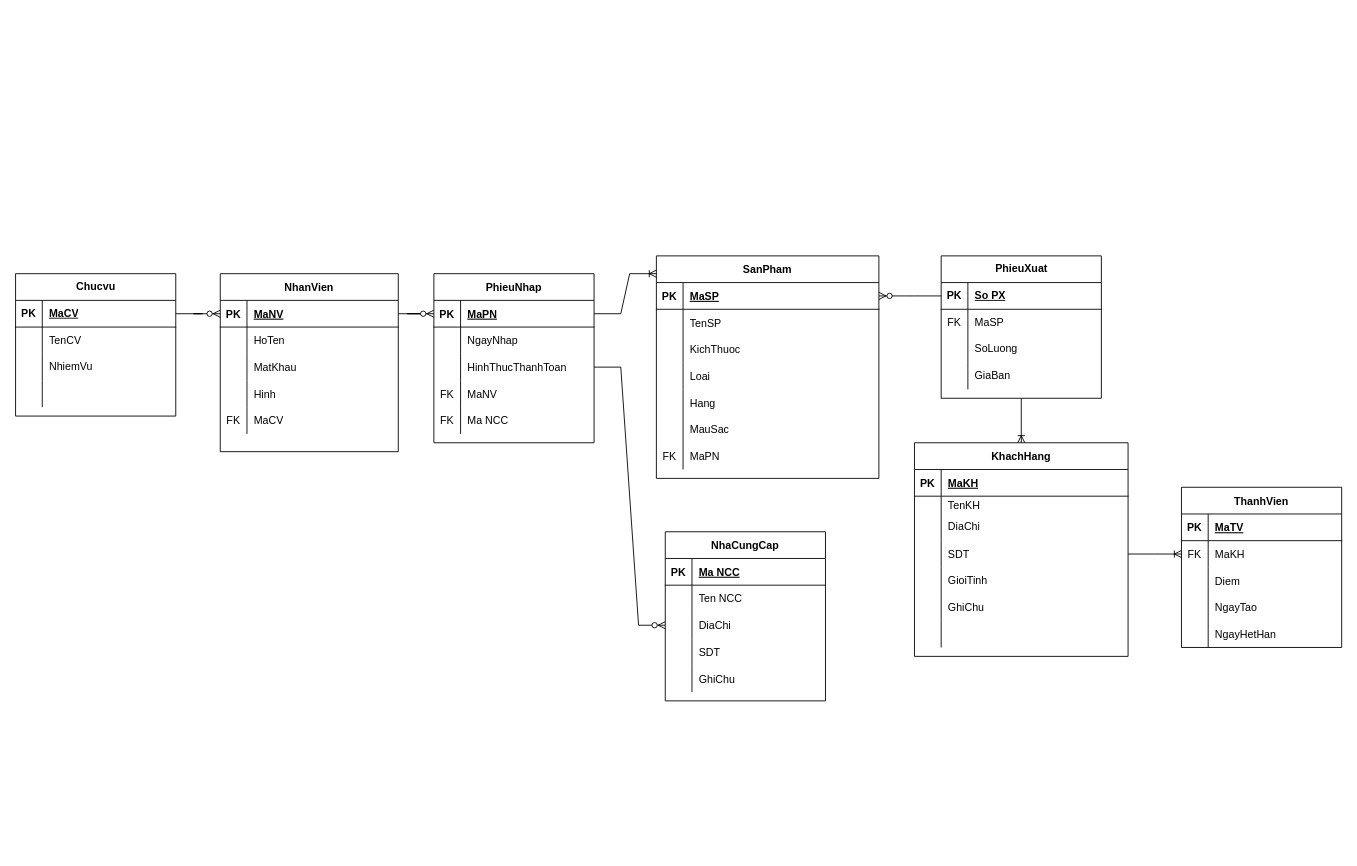
Earlier version of the draw.io diagram ERD.drawio (Westeros091/Snethlios). Source tidied: cells renumbered, new cells numbered last; positions are measured from the earlier drawing's top-left corner, leaving out a move shared by most shapes. Both pictures are drawn from the tidied source at 89%, with x=0, y=0 at pixel (15, 255).
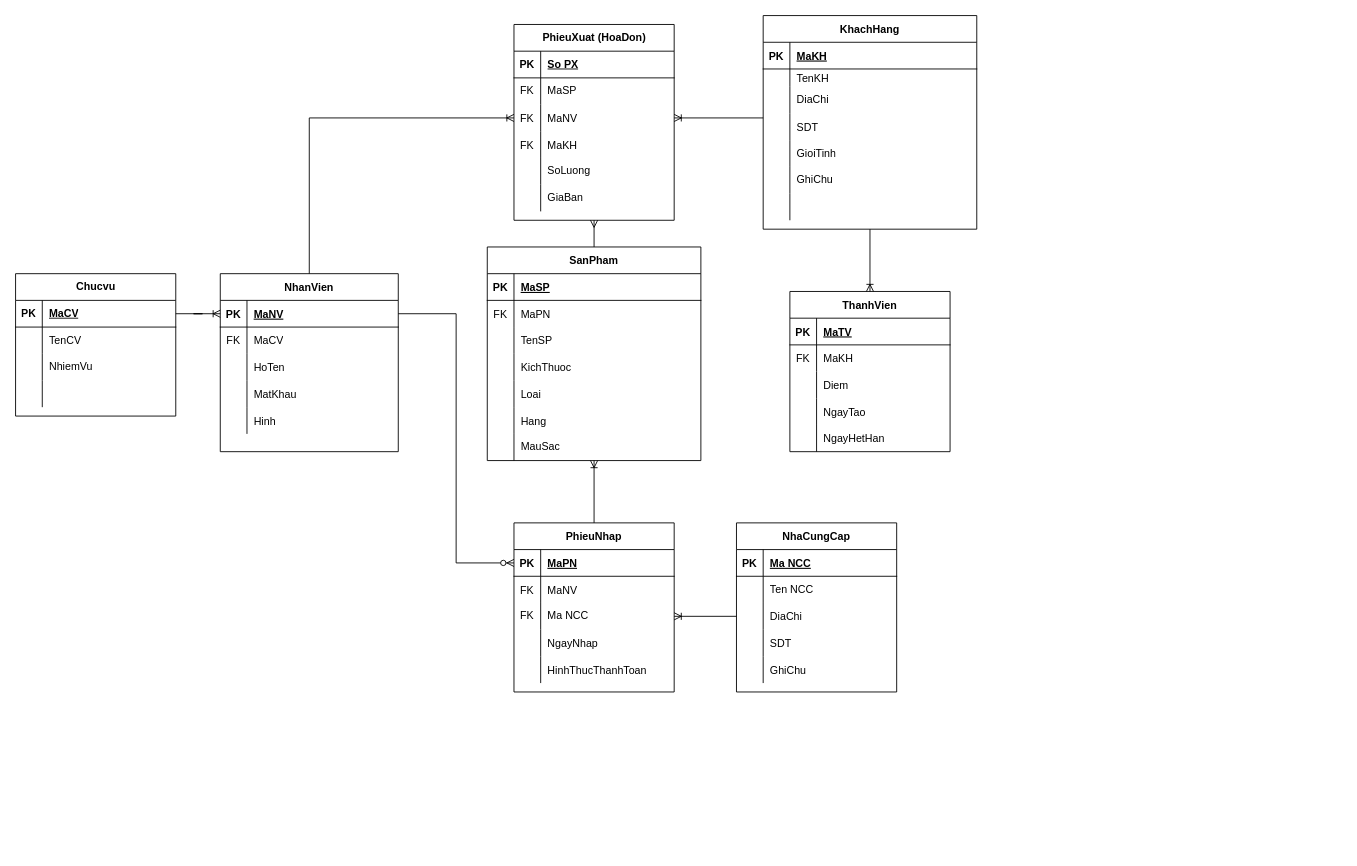
Above is the later version.

Commit message:
Hieu: update ban erd (ok 1) trong ERD.drawio

Unchanged cells that the change refers to:
```xml
<mxCell id="34" style="shape=partialRectangle;fillColor=none;points=[[0,0.5],[1,0.5]];portConstraint=eastwest;top=0;left=0;right=0;bottom=0;" parent="24" vertex="1">
  <mxGeometry y="110" width="240" height="30" as="geometry" />
</mxCell>
<mxCell id="46" value="NhanVien" style="shape=table;startSize=30;childLayout=tableLayout;rowLines=0;fontStyle=1;align=center;" parent="1" vertex="1">
  <mxGeometry x="230" y="20" width="200" height="200" as="geometry" />
</mxCell>
<mxCell id="47" style="shape=partialRectangle;fillColor=none;points=[[0,0.5],[1,0.5]];portConstraint=eastwest;top=0;left=0;right=0;bottom=1;" parent="46" vertex="1">
  <mxGeometry y="30" width="200" height="30" as="geometry" />
</mxCell>
<mxCell id="63" style="shape=tableRow;horizontal=0;startSize=0;swimlaneHead=0;swimlaneBody=0;fillColor=none;points=[[0,0.5],[1,0.5]];portConstraint=eastwest;top=0;left=0;right=0;bottom=1;" parent="62" vertex="1">
  <mxGeometry y="30" width="180" height="30" as="geometry" />
</mxCell>
<mxCell id="85" style="shape=tableRow;horizontal=0;startSize=0;swimlaneHead=0;swimlaneBody=0;fillColor=none;points=[[0,0.5],[1,0.5]];portConstraint=eastwest;top=0;left=0;right=0;bottom=0;" parent="78" vertex="1">
  <mxGeometry y="90" width="180" height="30" as="geometry" />
</mxCell>
<mxCell id="96" style="shape=tableRow;horizontal=0;startSize=0;swimlaneHead=0;swimlaneBody=0;fillColor=none;points=[[0,0.5],[1,0.5]];portConstraint=eastwest;top=0;left=0;right=0;bottom=1;labelBackgroundColor=none;html=1;" parent="95" vertex="1">
  <mxGeometry y="30" width="180" height="30" as="geometry" />
</mxCell>
<mxCell id="110" style="shape=tableRow;horizontal=0;startSize=0;swimlaneHead=0;swimlaneBody=0;fillColor=none;points=[[0,0.5],[1,0.5]];portConstraint=eastwest;top=0;left=0;right=0;bottom=1;labelBackgroundColor=none;html=1;" parent="109" vertex="1">
  <mxGeometry y="30" width="180" height="30" as="geometry" />
</mxCell>
<mxCell id="131" style="shape=tableRow;horizontal=0;startSize=0;swimlaneHead=0;swimlaneBody=0;fillColor=none;points=[[0,0.5],[1,0.5]];portConstraint=eastwest;top=0;left=0;right=0;bottom=0;" parent="127" vertex="1">
  <mxGeometry y="60" width="180" height="30" as="geometry" />
</mxCell>
```

The edit, as a diff of the source:
```diff
@@
     <mxCell id="2" value="SanPham" style="shape=table;startSize=30;childLayout=tableLayout;rowLines=0;fontStyle=1;align=center;" parent="1" vertex="1">
-      <mxGeometry x="720" width="250" height="250" as="geometry" />
+      <mxGeometry x="530" y="-10" width="240" height="240" as="geometry" />
     </mxCell>
     <mxCell id="3" style="shape=partialRectangle;fillColor=none;points=[[0,0.5],[1,0.5]];portConstraint=eastwest;top=0;left=0;right=0;bottom=1;" parent="2" vertex="1">
-      <mxGeometry y="30" width="250" height="30" as="geometry" />
+      <mxGeometry y="30" width="240" height="30" as="geometry" />
     </mxCell>
@@
     <mxCell id="5" value="MaSP" style="shape=partialRectangle;overflow=hidden;fillColor=none;top=0;left=0;bottom=0;right=0;align=left;spacingLeft=6;fontStyle=5;" parent="3" vertex="1">
-      <mxGeometry x="30" width="220" height="30" as="geometry" />
+      <mxGeometry x="30" width="210" height="30" as="geometry" />
     </mxCell>
+    <mxCell id="21" style="shape=tableRow;horizontal=0;startSize=0;swimlaneHead=0;swimlaneBody=0;fillColor=none;top=0;left=0;right=0;bottom=0;" parent="2" vertex="1">
+      <mxGeometry y="60" width="240" height="30" as="geometry" />
+    </mxCell>
+    <mxCell id="22" value="FK" style="shape=partialRectangle;fillColor=none;top=0;left=0;bottom=0;right=0;fontStyle=0;overflow=hidden;" parent="21" vertex="1">
+      <mxGeometry width="30" height="30" as="geometry" />
+    </mxCell>
+    <mxCell id="23" value="MaPN" style="shape=partialRectangle;fillColor=none;top=0;left=0;bottom=0;right=0;align=left;spacingLeft=6;fontStyle=0;overflow=hidden;" parent="21" vertex="1">
+      <mxGeometry x="30" width="210" height="30" as="geometry" />
+    </mxCell>
     <mxCell id="6" style="shape=partialRectangle;fillColor=none;top=0;left=0;right=0;bottom=0;" parent="2" vertex="1">
-      <mxGeometry y="60" width="250" height="30" as="geometry" />
+      <mxGeometry y="90" width="240" height="30" as="geometry" />
     </mxCell>
@@
     <mxCell id="8" value="TenSP" style="shape=partialRectangle;overflow=hidden;fillColor=none;top=0;left=0;bottom=0;right=0;align=left;spacingLeft=6;" parent="6" vertex="1">
-      <mxGeometry x="30" width="220" height="30" as="geometry" />
+      <mxGeometry x="30" width="210" height="30" as="geometry" />
     </mxCell>
     <mxCell id="9" style="shape=partialRectangle;fillColor=none;top=0;left=0;right=0;bottom=0;" parent="2" vertex="1">
-      <mxGeometry y="90" width="250" height="30" as="geometry" />
+      <mxGeometry y="120" width="240" height="30" as="geometry" />
     </mxCell>
@@
     <mxCell id="11" value="KichThuoc" style="shape=partialRectangle;overflow=hidden;fillColor=none;top=0;left=0;bottom=0;right=0;align=left;spacingLeft=6;" parent="9" vertex="1">
-      <mxGeometry x="30" width="220" height="30" as="geometry" />
+      <mxGeometry x="30" width="210" height="30" as="geometry" />
     </mxCell>
     <mxCell id="12" style="shape=tableRow;horizontal=0;startSize=0;swimlaneHead=0;swimlaneBody=0;fillColor=none;top=0;left=0;right=0;bottom=0;" parent="2" vertex="1">
-      <mxGeometry y="120" width="250" height="30" as="geometry" />
+      <mxGeometry y="150" width="240" height="30" as="geometry" />
     </mxCell>
@@
     <mxCell id="14" value="Loai" style="shape=partialRectangle;fillColor=none;top=0;left=0;bottom=0;right=0;align=left;spacingLeft=6;overflow=hidden;" parent="12" vertex="1">
-      <mxGeometry x="30" width="220" height="30" as="geometry" />
+      <mxGeometry x="30" width="210" height="30" as="geometry" />
     </mxCell>
     <mxCell id="15" style="shape=tableRow;horizontal=0;startSize=0;swimlaneHead=0;swimlaneBody=0;fillColor=none;top=0;left=0;right=0;bottom=0;" parent="2" vertex="1">
-      <mxGeometry y="150" width="250" height="30" as="geometry" />
+      <mxGeometry y="180" width="240" height="30" as="geometry" />
     </mxCell>
@@
     <mxCell id="17" value="Hang" style="shape=partialRectangle;fillColor=none;top=0;left=0;bottom=0;right=0;align=left;spacingLeft=6;overflow=hidden;" parent="15" vertex="1">
-      <mxGeometry x="30" width="220" height="30" as="geometry" />
+      <mxGeometry x="30" width="210" height="30" as="geometry" />
     </mxCell>
     <mxCell id="18" style="shape=tableRow;horizontal=0;startSize=0;swimlaneHead=0;swimlaneBody=0;fillColor=none;points=[[0,0.5],[1,0.5]];portConstraint=eastwest;top=0;left=0;right=0;bottom=0;labelBackgroundColor=none;html=1;" parent="2" vertex="1">
-      <mxGeometry y="180" width="250" height="30" as="geometry" />
+      <mxGeometry y="210" width="240" height="30" as="geometry" />
     </mxCell>
@@
     <mxCell id="20" value="MauSac" style="shape=partialRectangle;fillColor=none;top=0;left=0;bottom=0;right=0;align=left;spacingLeft=6;overflow=hidden;labelBackgroundColor=none;html=1;" parent="18" vertex="1">
-      <mxGeometry x="30" width="220" height="30" as="geometry" />
+      <mxGeometry x="30" width="210" height="30" as="geometry" />
     </mxCell>
-    <mxCell id="21" style="shape=tableRow;horizontal=0;startSize=0;swimlaneHead=0;swimlaneBody=0;fillColor=none;top=0;left=0;right=0;bottom=0;" parent="2" vertex="1">
-      <mxGeometry y="210" width="250" height="30" as="geometry" />
-    </mxCell>
-    <mxCell id="22" value="FK" style="shape=partialRectangle;fillColor=none;top=0;left=0;bottom=0;right=0;fontStyle=0;overflow=hidden;" parent="21" vertex="1">
-      <mxGeometry width="30" height="30" as="geometry" />
-    </mxCell>
-    <mxCell id="23" value="MaPN" style="shape=partialRectangle;fillColor=none;top=0;left=0;bottom=0;right=0;align=left;spacingLeft=6;fontStyle=0;overflow=hidden;" parent="21" vertex="1">
-      <mxGeometry x="30" width="220" height="30" as="geometry" />
-    </mxCell>
     <mxCell id="24" value="KhachHang" style="shape=table;startSize=30;childLayout=tableLayout;rowLines=0;fontStyle=1;align=center;" parent="1" vertex="1">
-      <mxGeometry x="1010" y="210" width="240" height="240" as="geometry" />
+      <mxGeometry x="840" y="-270" width="240" height="240" as="geometry" />
     </mxCell>
@@
+    <mxCell id="59" style="shape=tableRow;horizontal=0;startSize=0;swimlaneHead=0;swimlaneBody=0;fillColor=none;top=0;left=0;right=0;bottom=0;labelBackgroundColor=none;html=1;" parent="46" vertex="1">
+      <mxGeometry y="60" width="200" height="30" as="geometry" />
+    </mxCell>
+    <mxCell id="60" value="FK" style="shape=partialRectangle;fillColor=none;top=0;left=0;bottom=0;right=0;fontStyle=0;overflow=hidden;labelBackgroundColor=none;html=1;" parent="59" vertex="1">
+      <mxGeometry width="30" height="30" as="geometry" />
+    </mxCell>
+    <mxCell id="61" value="MaCV" style="shape=partialRectangle;fillColor=none;top=0;left=0;bottom=0;right=0;align=left;spacingLeft=6;fontStyle=0;overflow=hidden;labelBackgroundColor=none;html=1;" parent="59" vertex="1">
+      <mxGeometry x="30" width="170" height="30" as="geometry" />
+    </mxCell>
     <mxCell id="50" style="shape=partialRectangle;fillColor=none;top=0;left=0;right=0;bottom=0;" parent="46" vertex="1">
-      <mxGeometry y="60" width="200" height="30" as="geometry" />
+      <mxGeometry y="90" width="200" height="30" as="geometry" />
     </mxCell>
@@
     <mxCell id="53" style="shape=tableRow;horizontal=0;startSize=0;swimlaneHead=0;swimlaneBody=0;fillColor=none;top=0;left=0;right=0;bottom=0;" parent="46" vertex="1">
-      <mxGeometry y="90" width="200" height="30" as="geometry" />
+      <mxGeometry y="120" width="200" height="30" as="geometry" />
     </mxCell>
@@
     <mxCell id="56" style="shape=tableRow;horizontal=0;startSize=0;swimlaneHead=0;swimlaneBody=0;fillColor=none;top=0;left=0;right=0;bottom=0;" parent="46" vertex="1">
-      <mxGeometry y="120" width="200" height="30" as="geometry" />
+      <mxGeometry y="150" width="200" height="30" as="geometry" />
     </mxCell>
@@
-    <mxCell id="59" style="shape=tableRow;horizontal=0;startSize=0;swimlaneHead=0;swimlaneBody=0;fillColor=none;top=0;left=0;right=0;bottom=0;labelBackgroundColor=none;html=1;" parent="46" vertex="1">
-      <mxGeometry y="150" width="200" height="30" as="geometry" />
-    </mxCell>
-    <mxCell id="60" value="FK" style="shape=partialRectangle;fillColor=none;top=0;left=0;bottom=0;right=0;fontStyle=0;overflow=hidden;labelBackgroundColor=none;html=1;" parent="59" vertex="1">
-      <mxGeometry width="30" height="30" as="geometry" />
-    </mxCell>
-    <mxCell id="61" value="MaCV" style="shape=partialRectangle;fillColor=none;top=0;left=0;bottom=0;right=0;align=left;spacingLeft=6;fontStyle=0;overflow=hidden;labelBackgroundColor=none;html=1;" parent="59" vertex="1">
-      <mxGeometry x="30" width="170" height="30" as="geometry" />
-    </mxCell>
     <mxCell id="62" value="PhieuNhap" style="shape=table;startSize=30;childLayout=tableLayout;rowLines=0;fontStyle=1;align=center;" parent="1" vertex="1">
-      <mxGeometry x="470" y="20" width="180" height="190" as="geometry" />
+      <mxGeometry x="560" y="300" width="180" height="190" as="geometry" />
     </mxCell>
@@
+    <mxCell id="72" style="shape=tableRow;horizontal=0;startSize=0;swimlaneHead=0;swimlaneBody=0;fillColor=none;top=0;left=0;right=0;bottom=0;" parent="62" vertex="1">
+      <mxGeometry y="60" width="180" height="30" as="geometry" />
+    </mxCell>
+    <mxCell id="73" value="FK" style="shape=partialRectangle;fillColor=none;top=0;left=0;bottom=0;right=0;overflow=hidden;" parent="72" vertex="1">
+      <mxGeometry width="30" height="30" as="geometry" />
+    </mxCell>
+    <mxCell id="74" value="MaNV" style="shape=partialRectangle;fillColor=none;top=0;left=0;bottom=0;right=0;align=left;spacingLeft=6;overflow=hidden;" parent="72" vertex="1">
+      <mxGeometry x="30" width="150" height="30" as="geometry" />
+    </mxCell>
+    <mxCell id="75" style="shape=tableRow;horizontal=0;startSize=0;swimlaneHead=0;swimlaneBody=0;fillColor=none;points=[[0,0.5],[1,0.5]];portConstraint=eastwest;top=0;left=0;right=0;bottom=0;labelBackgroundColor=none;html=1;" parent="62" vertex="1">
+      <mxGeometry y="90" width="180" height="30" as="geometry" />
+    </mxCell>
+    <mxCell id="76" value="FK" style="shape=partialRectangle;fillColor=none;top=0;left=0;bottom=0;right=0;overflow=hidden;labelBackgroundColor=none;html=1;" parent="75" vertex="1">
+      <mxGeometry width="30" height="30" as="geometry" />
+    </mxCell>
+    <mxCell id="77" value="Ma NCC" style="shape=partialRectangle;fillColor=none;top=0;left=0;bottom=0;right=0;align=left;spacingLeft=6;overflow=hidden;labelBackgroundColor=none;html=1;" parent="75" vertex="1">
+      <mxGeometry x="30" width="150" height="30" as="geometry" />
+    </mxCell>
     <mxCell id="66" style="shape=tableRow;horizontal=0;startSize=0;swimlaneHead=0;swimlaneBody=0;fillColor=none;top=0;left=0;right=0;bottom=0;" parent="62" vertex="1">
-      <mxGeometry y="60" width="180" height="30" as="geometry" />
+      <mxGeometry y="120" width="180" height="30" as="geometry" />
     </mxCell>
@@
     <mxCell id="69" style="shape=tableRow;horizontal=0;startSize=0;swimlaneHead=0;swimlaneBody=0;fillColor=none;points=[[0,0.5],[1,0.5]];portConstraint=eastwest;top=0;left=0;right=0;bottom=0;" parent="62" vertex="1">
-      <mxGeometry y="90" width="180" height="30" as="geometry" />
+      <mxGeometry y="150" width="180" height="30" as="geometry" />
     </mxCell>
@@
-    <mxCell id="72" style="shape=tableRow;horizontal=0;startSize=0;swimlaneHead=0;swimlaneBody=0;fillColor=none;top=0;left=0;right=0;bottom=0;" parent="62" vertex="1">
-      <mxGeometry y="120" width="180" height="30" as="geometry" />
-    </mxCell>
-    <mxCell id="73" value="FK" style="shape=partialRectangle;fillColor=none;top=0;left=0;bottom=0;right=0;overflow=hidden;" parent="72" vertex="1">
-      <mxGeometry width="30" height="30" as="geometry" />
-    </mxCell>
-    <mxCell id="74" value="MaNV" style="shape=partialRectangle;fillColor=none;top=0;left=0;bottom=0;right=0;align=left;spacingLeft=6;overflow=hidden;" parent="72" vertex="1">
-      <mxGeometry x="30" width="150" height="30" as="geometry" />
-    </mxCell>
-    <mxCell id="75" style="shape=tableRow;horizontal=0;startSize=0;swimlaneHead=0;swimlaneBody=0;fillColor=none;points=[[0,0.5],[1,0.5]];portConstraint=eastwest;top=0;left=0;right=0;bottom=0;labelBackgroundColor=none;html=1;" parent="62" vertex="1">
-      <mxGeometry y="150" width="180" height="30" as="geometry" />
-    </mxCell>
-    <mxCell id="76" value="FK" style="shape=partialRectangle;fillColor=none;top=0;left=0;bottom=0;right=0;overflow=hidden;labelBackgroundColor=none;html=1;" parent="75" vertex="1">
-      <mxGeometry width="30" height="30" as="geometry" />
-    </mxCell>
-    <mxCell id="77" value="Ma NCC" style="shape=partialRectangle;fillColor=none;top=0;left=0;bottom=0;right=0;align=left;spacingLeft=6;overflow=hidden;labelBackgroundColor=none;html=1;" parent="75" vertex="1">
-      <mxGeometry x="30" width="150" height="30" as="geometry" />
-    </mxCell>
     <mxCell id="78" value="NhaCungCap" style="shape=table;startSize=30;childLayout=tableLayout;rowLines=0;fontStyle=1;align=center;" parent="1" vertex="1">
-      <mxGeometry x="730" y="310" width="180" height="190" as="geometry" />
+      <mxGeometry x="810" y="300" width="180" height="190" as="geometry" />
     </mxCell>
@@
-    <mxCell id="108" style="edgeStyle=entityRelationEdgeStyle;fontSize=12;html=1;endArrow=ERzeroToMany;endFill=1;rounded=0;exitX=1;exitY=0.5;exitDx=0;exitDy=0;entryX=0;entryY=0.5;entryDx=0;entryDy=0;" parent="1" edge="1" source="69" target="85">
+    <mxCell id="108" style="fontSize=12;html=1;endArrow=ERoneToMany;endFill=0;rounded=0;entryX=1;entryY=0.5;entryDx=0;entryDy=0;exitX=0;exitY=0.5;exitDx=0;exitDy=0;" parent="1" edge="1" source="85" target="75">
       <mxGeometry relative="1" as="geometry" />
     </mxCell>
-    <mxCell id="109" value="PhieuXuat" style="shape=table;startSize=30;childLayout=tableLayout;rowLines=0;fontStyle=1;align=center;labelBackgroundColor=none;html=1;" parent="1" vertex="1">
-      <mxGeometry x="1040" width="180" height="160" as="geometry" />
+    <mxCell id="109" value="PhieuXuat (HoaDon)" style="shape=table;startSize=30;childLayout=tableLayout;rowLines=0;fontStyle=1;align=center;labelBackgroundColor=none;html=1;" parent="1" vertex="1">
+      <mxGeometry x="560" y="-260" width="180" height="220" as="geometry" />
     </mxCell>
@@
+    <mxCell id="144" style="shape=tableRow;horizontal=0;startSize=0;swimlaneHead=0;swimlaneBody=0;fillColor=none;points=[[0,0.5],[1,0.5]];portConstraint=eastwest;top=0;left=0;right=0;bottom=0;" parent="109" vertex="1">
+      <mxGeometry y="90" width="180" height="30" as="geometry" />
+    </mxCell>
+    <mxCell id="145" value="FK" style="shape=partialRectangle;fillColor=none;top=0;left=0;bottom=0;right=0;fontStyle=0;overflow=hidden;" parent="144" vertex="1">
+      <mxGeometry width="30" height="30" as="geometry" />
+    </mxCell>
+    <mxCell id="146" value="MaNV" style="shape=partialRectangle;fillColor=none;top=0;left=0;bottom=0;right=0;align=left;spacingLeft=6;fontStyle=0;overflow=hidden;" parent="144" vertex="1">
+      <mxGeometry x="30" width="150" height="30" as="geometry" />
+    </mxCell>
+    <mxCell id="147" style="shape=tableRow;horizontal=0;startSize=0;swimlaneHead=0;swimlaneBody=0;fillColor=none;top=0;left=0;right=0;bottom=0;" parent="109" vertex="1">
+      <mxGeometry y="120" width="180" height="30" as="geometry" />
+    </mxCell>
+    <mxCell id="148" value="FK" style="shape=partialRectangle;fillColor=none;top=0;left=0;bottom=0;right=0;fontStyle=0;overflow=hidden;" parent="147" vertex="1">
+      <mxGeometry width="30" height="30" as="geometry" />
+    </mxCell>
+    <mxCell id="149" value="MaKH" style="shape=partialRectangle;fillColor=none;top=0;left=0;bottom=0;right=0;align=left;spacingLeft=6;fontStyle=0;overflow=hidden;" parent="147" vertex="1">
+      <mxGeometry x="30" width="150" height="30" as="geometry" />
+    </mxCell>
     <mxCell id="116" style="shape=tableRow;horizontal=0;startSize=0;swimlaneHead=0;swimlaneBody=0;fillColor=none;top=0;left=0;right=0;bottom=0;labelBackgroundColor=none;html=1;" parent="109" vertex="1">
-      <mxGeometry y="90" width="180" height="30" as="geometry" />
+      <mxGeometry y="150" width="180" height="30" as="geometry" />
     </mxCell>
@@
     <mxCell id="119" style="shape=tableRow;horizontal=0;startSize=0;swimlaneHead=0;swimlaneBody=0;fillColor=none;top=0;left=0;right=0;bottom=0;labelBackgroundColor=none;html=1;" parent="109" vertex="1">
-      <mxGeometry y="120" width="180" height="30" as="geometry" />
+      <mxGeometry y="180" width="180" height="30" as="geometry" />
     </mxCell>
@@
-    <mxCell id="122" style="edgeStyle=entityRelationEdgeStyle;fontSize=12;html=1;endArrow=ERzeroToMany;endFill=1;rounded=0;exitX=0;exitY=0.5;exitDx=0;exitDy=0;entryX=1;entryY=0.5;entryDx=0;entryDy=0;" parent="1" edge="1" source="110" target="3">
+    <mxCell id="122" style="fontSize=12;html=1;endArrow=none;endFill=0;rounded=0;exitX=0.5;exitY=1;exitDx=0;exitDy=0;entryX=0.5;entryY=0;entryDx=0;entryDy=0;edgeStyle=orthogonalEdgeStyle;startArrow=ERmany;startFill=0;" parent="1" edge="1" source="109" target="2">
       <mxGeometry relative="1" as="geometry" />
     </mxCell>
-    <mxCell id="123" style="edgeStyle=entityRelationEdgeStyle;fontSize=12;html=1;endArrow=ERzeroToMany;endFill=1;rounded=0;exitX=1;exitY=0.5;exitDx=0;exitDy=0;entryX=0;entryY=0.5;entryDx=0;entryDy=0;" parent="1" edge="1" source="47" target="63">
+    <mxCell id="123" style="edgeStyle=orthogonalEdgeStyle;fontSize=12;html=1;endArrow=ERzeroToMany;endFill=1;rounded=0;exitX=1;exitY=0.5;exitDx=0;exitDy=0;entryX=0;entryY=0.5;entryDx=0;entryDy=0;" parent="1" edge="1" source="47" target="63">
       <mxGeometry relative="1" as="geometry" />
     </mxCell>
-    <mxCell id="124" style="edgeStyle=entityRelationEdgeStyle;fontSize=12;html=1;endArrow=ERzeroToMany;endFill=1;rounded=0;exitX=1;exitY=0.5;exitDx=0;exitDy=0;entryX=0;entryY=0.5;entryDx=0;entryDy=0;" parent="1" edge="1" source="96" target="47">
+    <mxCell id="124" style="edgeStyle=entityRelationEdgeStyle;fontSize=12;html=1;endArrow=ERoneToMany;endFill=0;rounded=0;exitX=1;exitY=0.5;exitDx=0;exitDy=0;entryX=0;entryY=0.5;entryDx=0;entryDy=0;" parent="1" edge="1" source="96" target="47">
       <mxGeometry relative="1" as="geometry" />
     </mxCell>
-    <mxCell id="125" style="fontSize=12;html=1;endArrow=none;rounded=0;exitX=0.5;exitY=0;exitDx=0;exitDy=0;entryX=0.5;entryY=1;entryDx=0;entryDy=0;startArrow=ERoneToMany;startFill=0;endFill=0;" parent="1" edge="1" source="24" target="109">
-      <mxGeometry relative="1" as="geometry" />
+    <mxCell id="125" style="fontSize=12;html=1;endArrow=none;rounded=0;startArrow=ERoneToMany;startFill=0;endFill=0;exitX=1;exitY=0.5;exitDx=0;exitDy=0;" parent="1" edge="1" source="144">
+      <mxGeometry relative="1" as="geometry">
+        <mxPoint x="840" y="-155" as="targetPoint" />
+      </mxGeometry>
     </mxCell>
-    <mxCell id="126" style="edgeStyle=entityRelationEdgeStyle;fontSize=12;html=1;endArrow=ERoneToMany;rounded=0;exitX=1;exitY=0.5;exitDx=0;exitDy=0;" parent="1" edge="1" source="63">
-      <mxGeometry relative="1" as="geometry">
-        <mxPoint x="720" y="20" as="targetPoint" />
-      </mxGeometry>
+    <mxCell id="126" style="fontSize=12;html=1;endArrow=ERoneToMany;rounded=0;exitX=0.5;exitY=0;exitDx=0;exitDy=0;" parent="1" edge="1" source="62" target="18">
+      <mxGeometry relative="1" as="geometry" />
     </mxCell>
     <mxCell id="127" value="ThanhVien" style="shape=table;startSize=30;childLayout=tableLayout;rowLines=0;fontStyle=1;align=center;" parent="1" vertex="1">
-      <mxGeometry x="1310" y="260" width="180" height="180" as="geometry" />
+      <mxGeometry x="870" y="40" width="180" height="180" as="geometry" />
     </mxCell>
@@
-    <mxCell id="143" style="edgeStyle=entityRelationEdgeStyle;fontSize=12;html=1;endArrow=ERoneToMany;rounded=0;entryX=0;entryY=0.5;entryDx=0;entryDy=0;exitX=1;exitY=0.5;exitDx=0;exitDy=0;" parent="1" edge="1" source="34" target="131">
+    <mxCell id="143" style="fontSize=12;html=1;endArrow=ERoneToMany;rounded=0;entryX=0.5;entryY=0;entryDx=0;entryDy=0;exitX=0.5;exitY=1;exitDx=0;exitDy=0;" parent="1" edge="1" source="24" target="127">
       <mxGeometry relative="1" as="geometry" />
     </mxCell>
+    <mxCell id="150" style="edgeStyle=orthogonalEdgeStyle;fontSize=12;html=1;endArrow=ERoneToMany;rounded=0;entryX=0;entryY=0.5;entryDx=0;entryDy=0;exitX=0.5;exitY=0;exitDx=0;exitDy=0;" parent="1" edge="1" source="46" target="144">
+      <mxGeometry relative="1" as="geometry" />
+    </mxCell>
```
